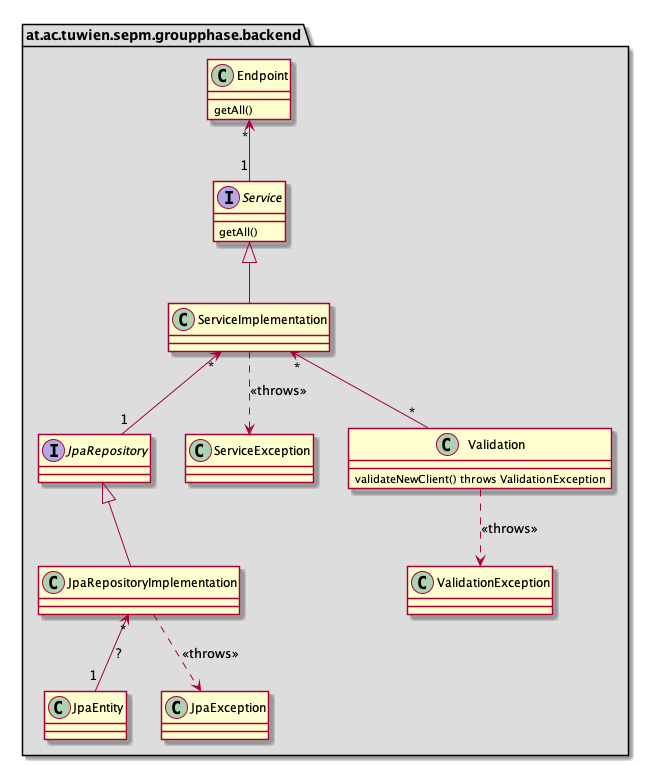
This is UMLDiagrams/class_scheme_for_backend.png from bettinerwiener/sepm-groupphase, a PlantUML export, as it was before one commit. The source it was exported from:
```plantuml
@startuml
package at.ac.tuwien.sepm.groupphase.backend #dddddd {
    class Endpoint {
        {method} getAll()
    }

    interface Service {
        getAll()
    }

    class ServiceImplementation

    interface JpaRepository {

    }

    class JpaRepositoryImplementation

    class JpaEntity {

    }

    class ServiceException

    class JpaException

    class Validation {
        validateNewClient() throws ValidationException
    }

    class ValidationException {

    }


    Endpoint "*" <-- "1" Service
    Service <|-- ServiceImplementation
    ServiceImplementation "*" <-- "1" JpaRepository
    ServiceImplementation "*" <-- "*" Validation
    ServiceImplementation ..> ServiceException : <<throws>>
    Validation ..> ValidationException : <<throws>>
    JpaRepository <|-- JpaRepositoryImplementation
    JpaRepositoryImplementation "*" <-- "1" JpaEntity : ?
    JpaRepositoryImplementation ..> JpaException : <<throws>>
}
@enduml
```
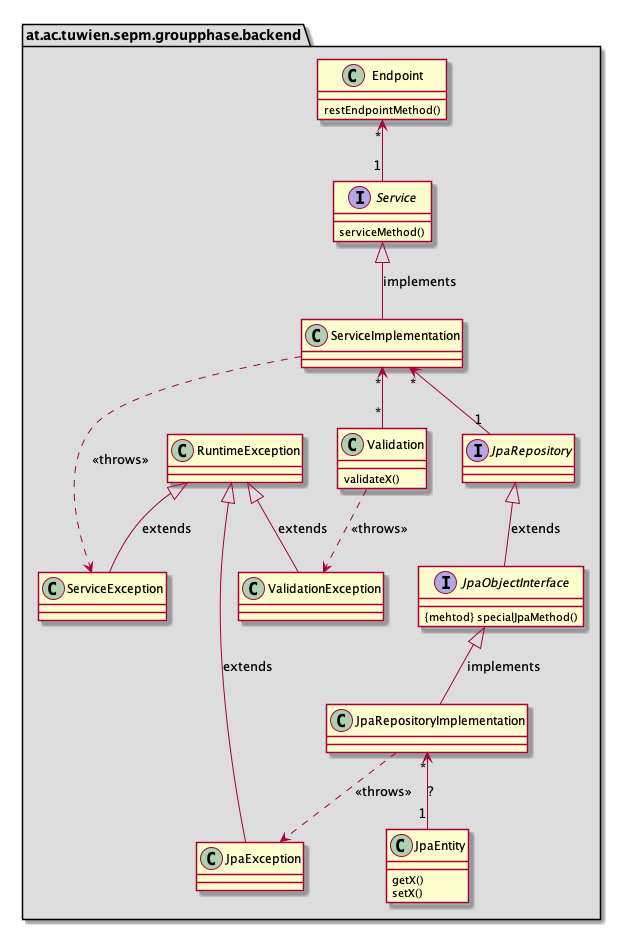
After the commit.

Commit message:
updated backend uml to incorporate part of the exception handling

Change to the diagram source:
```diff
@@ -1,23 +1,26 @@
 @startuml
 package at.ac.tuwien.sepm.groupphase.backend #dddddd {
     class Endpoint {
-        {method} getAll()
+        {method} restEndpointMethod()
     }
 
     interface Service {
-        getAll()
+        {method} serviceMethod()
     }
 
     class ServiceImplementation
 
-    interface JpaRepository {
+    interface JpaRepository
 
+    interface JpaObjectInterface {
+        {mehtod} specialJpaMethod()
     }
 
     class JpaRepositoryImplementation
 
     class JpaEntity {
-
+        {method} getX()
+        {method} setX()
     }
 
     class ServiceException
@@ -25,22 +28,26 @@
     class JpaException
 
     class Validation {
-        validateNewClient() throws ValidationException
+        {method} validateX()
     }
 
-    class ValidationException {
+    class ValidationException
 
-    }
+    class RuntimeException
 
 
     Endpoint "*" <-- "1" Service
-    Service <|-- ServiceImplementation
+    Service <|-- ServiceImplementation : implements
     ServiceImplementation "*" <-- "1" JpaRepository
     ServiceImplementation "*" <-- "*" Validation
     ServiceImplementation ..> ServiceException : <<throws>>
     Validation ..> ValidationException : <<throws>>
-    JpaRepository <|-- JpaRepositoryImplementation
+    JpaRepository <|-- JpaObjectInterface: extends
+    JpaObjectInterface <|-- JpaRepositoryImplementation : implements
     JpaRepositoryImplementation "*" <-- "1" JpaEntity : ?
     JpaRepositoryImplementation ..> JpaException : <<throws>>
+    RuntimeException <|-- ValidationException: extends
+    RuntimeException <|-- ServiceException: extends
+    RuntimeException <|-- JpaException: extends
 }
 @enduml
```
